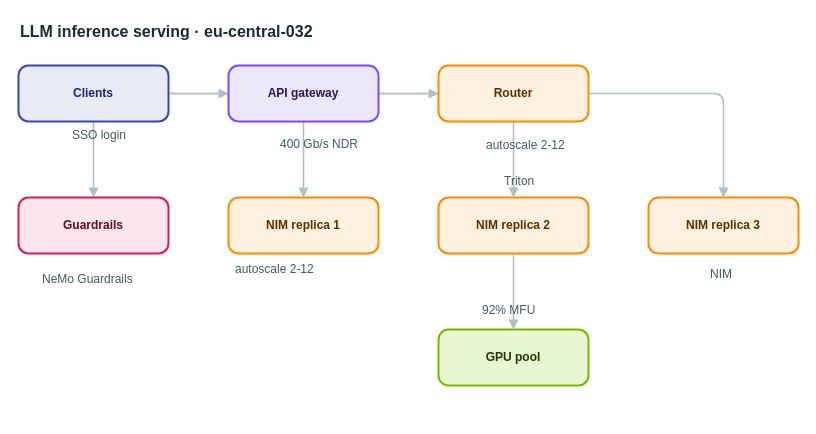
This is apps/web/public/samples/library/032-llm-inference-serving.drawio from AryanG01/open-apprentice, a draw.io file, before an edit. Source tidied: cells renumbered, new cells numbered last; positions are measured from the earlier drawing's top-left corner, leaving out a move shared by most shapes. Both pictures are drawn from the tidied source at 100%, with x=0, y=0 at pixel (18, 17).
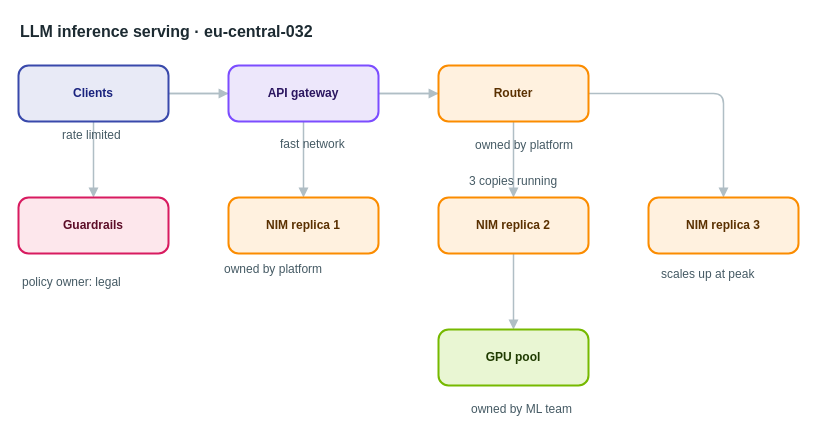
Above is the later version.

Diff of the diagram source:
```diff
@@
-    <mxCell id="18" value="SSO login" style="text;html=1;align=left;verticalAlign=top;whiteSpace=nowrap;spacing=0;spacingTop=0;strokeColor=none;fillColor=none;fontSize=12;fontColor=#455a64;" parent="1" vertex="1">
-      <mxGeometry x="54" y="106" width="75" height="20" as="geometry" />
+    <mxCell id="18" value="rate limited" style="text;html=1;align=left;verticalAlign=top;whiteSpace=nowrap;spacing=0;spacingTop=0;strokeColor=none;fillColor=none;fontSize=12;fontColor=#455a64;" parent="1" vertex="1">
+      <mxGeometry x="44" y="106" width="96" height="20" as="geometry" />
     </mxCell>
-    <mxCell id="19" value="400 Gb/s NDR" style="text;html=1;align=left;verticalAlign=top;whiteSpace=nowrap;spacing=0;spacingTop=0;strokeColor=none;fillColor=none;fontSize=12;fontColor=#455a64;" parent="1" vertex="1">
+    <mxCell id="19" value="fast network" style="text;html=1;align=left;verticalAlign=top;whiteSpace=nowrap;spacing=0;spacingTop=0;strokeColor=none;fillColor=none;fontSize=12;fontColor=#455a64;" parent="1" vertex="1">
       <mxGeometry x="262" y="115" width="96" height="20" as="geometry" />
     </mxCell>
-    <mxCell id="20" value="autoscale 2-12" style="text;html=1;align=left;verticalAlign=top;whiteSpace=nowrap;spacing=0;spacingTop=0;strokeColor=none;fillColor=none;fontSize=12;fontColor=#455a64;" parent="1" vertex="1">
-      <mxGeometry x="468" y="116" width="110" height="20" as="geometry" />
+    <mxCell id="20" value="owned by platform" style="text;html=1;align=left;verticalAlign=top;whiteSpace=nowrap;spacing=0;spacingTop=0;strokeColor=none;fillColor=none;fontSize=12;fontColor=#455a64;" parent="1" vertex="1">
+      <mxGeometry x="457" y="116" width="131" height="20" as="geometry" />
     </mxCell>
-    <mxCell id="21" value="autoscale 2-12" style="text;html=1;align=left;verticalAlign=top;whiteSpace=nowrap;spacing=0;spacingTop=0;strokeColor=none;fillColor=none;fontSize=12;fontColor=#455a64;" parent="1" vertex="1">
-      <mxGeometry x="217" y="240" width="110" height="20" as="geometry" />
+    <mxCell id="21" value="owned by platform" style="text;html=1;align=left;verticalAlign=top;whiteSpace=nowrap;spacing=0;spacingTop=0;strokeColor=none;fillColor=none;fontSize=12;fontColor=#455a64;" parent="1" vertex="1">
+      <mxGeometry x="206" y="240" width="131" height="20" as="geometry" />
     </mxCell>
-    <mxCell id="22" value="Triton" style="text;html=1;align=left;verticalAlign=top;whiteSpace=nowrap;spacing=0;spacingTop=0;strokeColor=none;fillColor=none;fontSize=12;fontColor=#455a64;" parent="1" vertex="1">
-      <mxGeometry x="486" y="152" width="54" height="20" as="geometry" />
+    <mxCell id="22" value="3 copies running" style="text;html=1;align=left;verticalAlign=top;whiteSpace=nowrap;spacing=0;spacingTop=0;strokeColor=none;fillColor=none;fontSize=12;fontColor=#455a64;" parent="1" vertex="1">
+      <mxGeometry x="451" y="152" width="124" height="20" as="geometry" />
     </mxCell>
-    <mxCell id="23" value="NIM" style="text;html=1;align=left;verticalAlign=top;whiteSpace=nowrap;spacing=0;spacingTop=0;strokeColor=none;fillColor=none;fontSize=12;fontColor=#455a64;" parent="1" vertex="1">
-      <mxGeometry x="692" y="245" width="33" height="20" as="geometry" />
+    <mxCell id="23" value="scales up at peak" style="text;html=1;align=left;verticalAlign=top;whiteSpace=nowrap;spacing=0;spacingTop=0;strokeColor=none;fillColor=none;fontSize=12;fontColor=#455a64;" parent="1" vertex="1">
+      <mxGeometry x="643" y="245" width="131" height="20" as="geometry" />
     </mxCell>
-    <mxCell id="24" value="92% MFU" style="text;html=1;align=left;verticalAlign=top;whiteSpace=nowrap;spacing=0;spacingTop=0;strokeColor=none;fillColor=none;fontSize=12;fontColor=#455a64;" parent="1" vertex="1">
-      <mxGeometry x="464" y="281" width="61" height="20" as="geometry" />
+    <mxCell id="24" value="owned by ML team" style="text;html=1;align=left;verticalAlign=top;whiteSpace=nowrap;spacing=0;spacingTop=0;strokeColor=none;fillColor=none;fontSize=12;fontColor=#455a64;" parent="1" vertex="1">
+      <mxGeometry x="453" y="380" width="124" height="20" as="geometry" />
     </mxCell>
-    <mxCell id="25" value="NeMo Guardrails" style="text;html=1;align=left;verticalAlign=top;whiteSpace=nowrap;spacing=0;spacingTop=0;strokeColor=none;fillColor=none;fontSize=12;fontColor=#455a64;" parent="1" vertex="1">
-      <mxGeometry x="24" y="250" width="117" height="20" as="geometry" />
+    <mxCell id="25" value="policy owner: legal" style="text;html=1;align=left;verticalAlign=top;whiteSpace=nowrap;spacing=0;spacingTop=0;strokeColor=none;fillColor=none;fontSize=12;fontColor=#455a64;" parent="1" vertex="1">
+      <mxGeometry x="4" y="253" width="145" height="20" as="geometry" />
     </mxCell>
```
